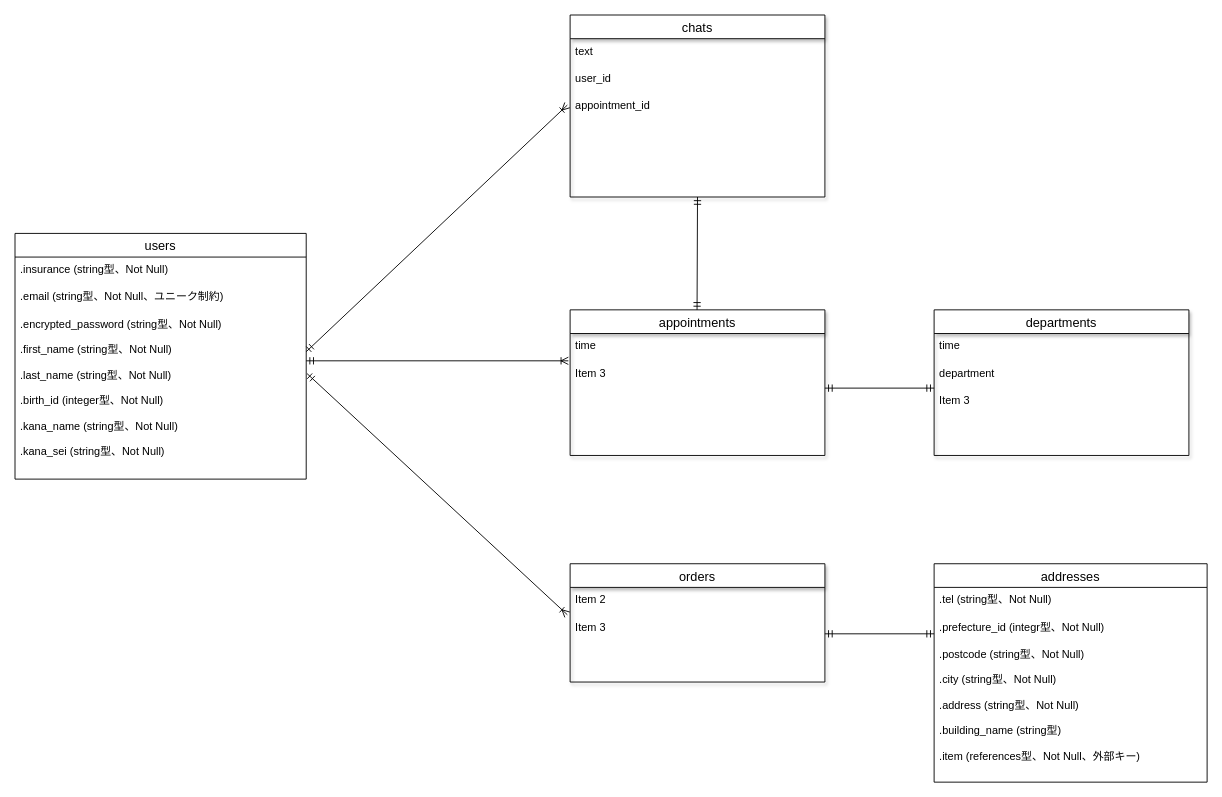
takuse0901/original keeps this draw.io diagram as ER.dio. Above is the earlier version. Source tidied: cells renumbered, new cells numbered last; positions are measured from the earlier drawing's top-left corner, leaving out a move shared by most shapes. Both pictures are drawn from the tidied source at 91%, with x=0, y=0 at pixel (15, 15).
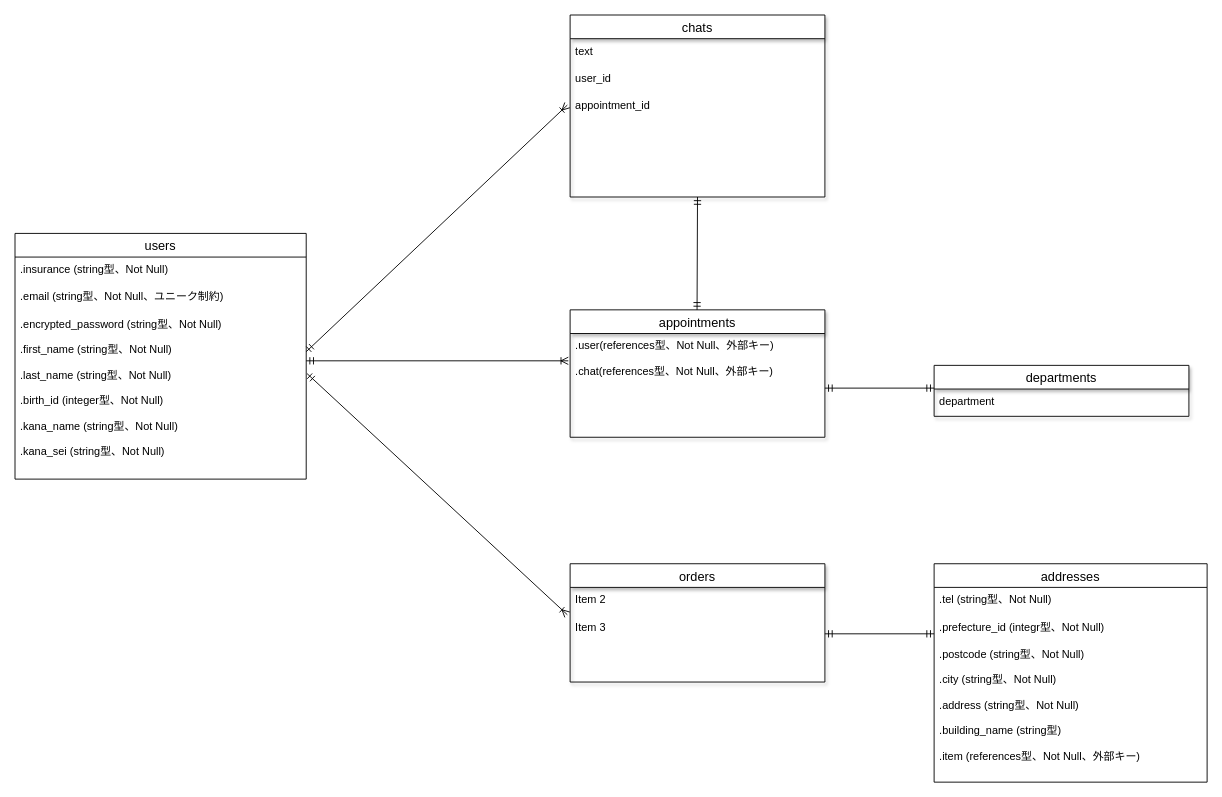
Above is the later version.

What changed in the source:
```diff
@@
     <mxCell id="2" value="appointments" style="swimlane;fontStyle=0;horizontal=1;startSize=26;align=center;fontSize=14;shadow=1;" parent="1" vertex="1">
-      <mxGeometry x="610" y="324" width="280" height="160" as="geometry" />
+      <mxGeometry x="610" y="324" width="280" height="140" as="geometry" />
     </mxCell>
-    <mxCell id="3" value="time" style="text;strokeColor=none;fillColor=none;spacingLeft=4;spacingRight=4;overflow=hidden;fontSize=12;" parent="2" vertex="1">
-      <mxGeometry y="26" width="280" height="30" as="geometry" />
+    <mxCell id="3" value=".user(references型、Not Null、外部キー)&#10;&#10;.chat(references型、Not Null、外部キー)" style="text;strokeColor=none;fillColor=none;spacingLeft=4;spacingRight=4;overflow=hidden;fontSize=12;" parent="2" vertex="1">
+      <mxGeometry y="26" width="280" height="114" as="geometry" />
     </mxCell>
-    <mxCell id="4" value="Item 3" style="text;strokeColor=none;fillColor=none;spacingLeft=4;spacingRight=4;overflow=hidden;points=[[0,0.5],[1,0.5]];portConstraint=eastwest;fontSize=12;" parent="2" vertex="1">
-      <mxGeometry y="56" width="280" height="104" as="geometry" />
-    </mxCell>
@@
     <mxCell id="16" value="departments" style="swimlane;fontStyle=0;horizontal=1;startSize=26;align=center;fontSize=14;shadow=1;" parent="1" vertex="1">
-      <mxGeometry x="1010" y="324" width="280" height="160" as="geometry" />
+      <mxGeometry x="1010" y="385" width="280" height="56" as="geometry" />
     </mxCell>
-    <mxCell id="17" value="time" style="text;strokeColor=none;fillColor=none;spacingLeft=4;spacingRight=4;overflow=hidden;fontSize=12;" parent="16" vertex="1">
-      <mxGeometry y="26" width="280" height="30" as="geometry" />
-    </mxCell>
     <mxCell id="18" value="department" style="text;strokeColor=none;fillColor=none;spacingLeft=4;spacingRight=4;overflow=hidden;fontSize=12;" parent="16" vertex="1">
-      <mxGeometry y="56" width="280" height="30" as="geometry" />
+      <mxGeometry y="26" width="280" height="30" as="geometry" />
     </mxCell>
-    <mxCell id="19" value="Item 3" style="text;strokeColor=none;fillColor=none;spacingLeft=4;spacingRight=4;overflow=hidden;fontSize=12;" parent="16" vertex="1">
-      <mxGeometry y="86" width="280" height="74" as="geometry" />
-    </mxCell>
@@
-    <mxCell id="28" style="fontSize=12;html=1;endArrow=ERoneToMany;startArrow=ERmandOne;entryX=-0.007;entryY=0;entryDx=0;entryDy=0;entryPerimeter=0;" parent="1" edge="1" target="4">
+    <mxCell id="28" style="fontSize=12;html=1;endArrow=ERoneToMany;startArrow=ERmandOne;entryX=-0.007;entryY=0;entryDx=0;entryDy=0;entryPerimeter=0;" parent="1" edge="1">
       <mxGeometry relative="1" as="geometry">
         <mxPoint x="320" y="380" as="sourcePoint" />
+        <mxPoint x="608" y="380" as="targetPoint" />
       </mxGeometry>
     </mxCell>
```
